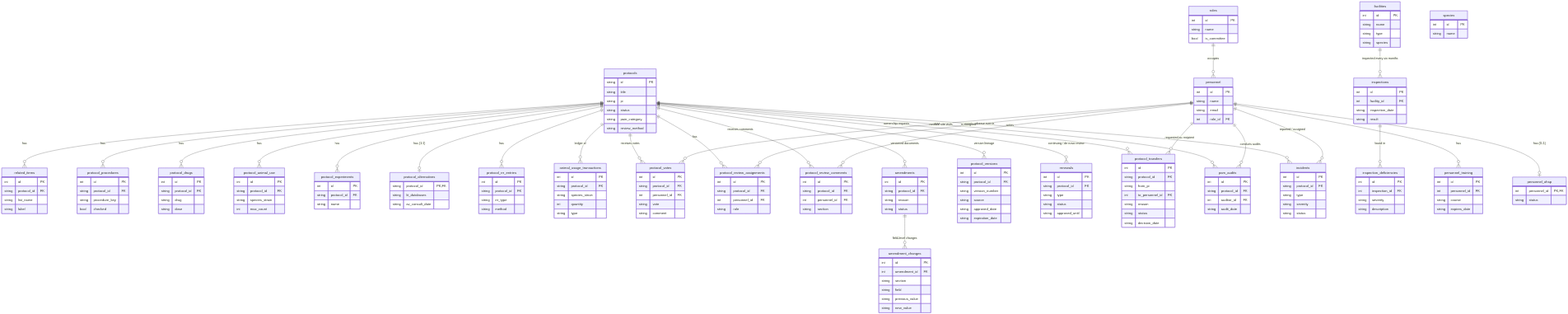
BabuBahir/Iacuc-Protocol-Web-APP keeps this Mermaid diagram as docs/database-schema.png. Above is the earlier version. Its source is kept beside it as docs/database-schema.mmd.
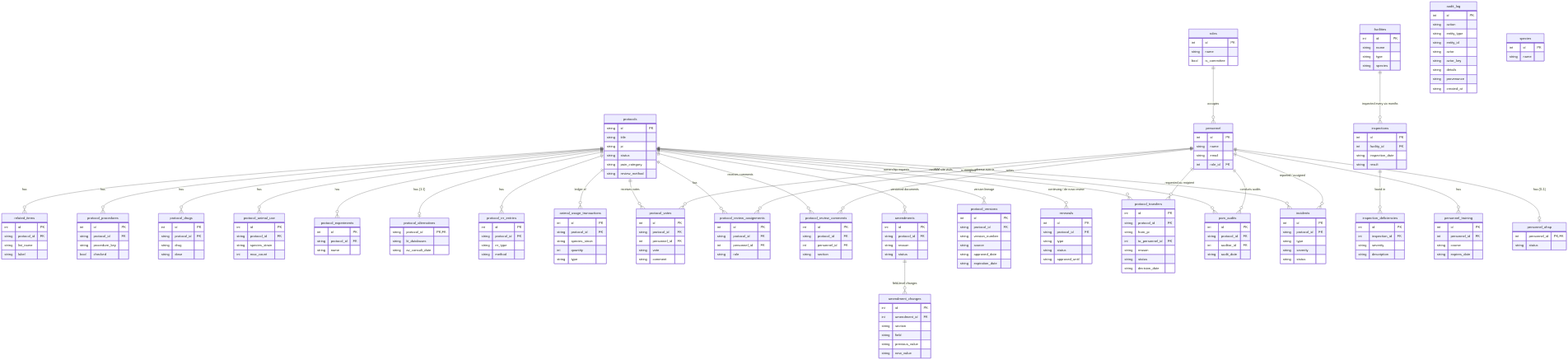
Later version of the same file.

The edit, as a diff of the source:
```diff
@@ -28,6 +28,17 @@
     personnel ||--o{ protocol_transfers : "requested as recipient"
     personnel ||--o{ incidents : "reported / assigned"
     personnel ||--o{ pam_audits : "conducts audits"
+    audit_log {
+        int id PK
+        string action
+        string entity_type
+        string entity_id
+        string actor
+        string actor_key
+        string details
+        string provenance
+        string created_at
+    }
 
     protocols {
         string id PK
```
